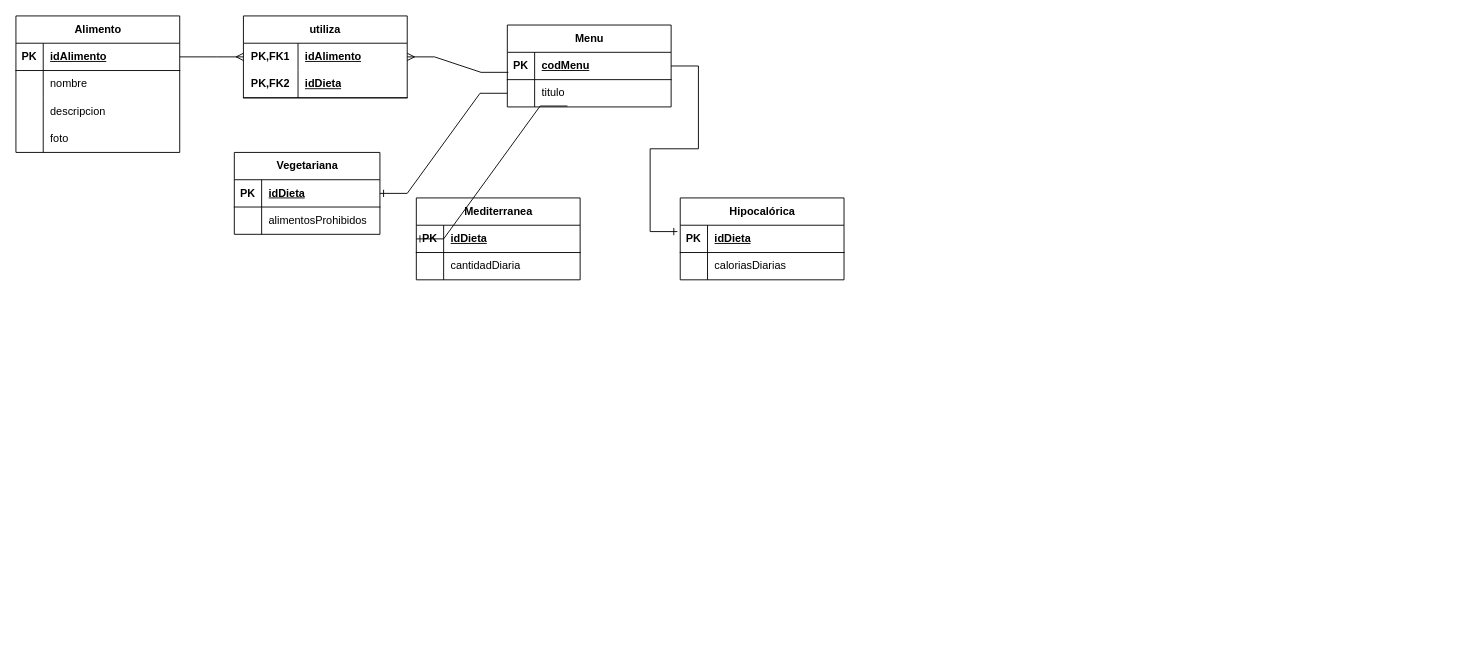
Before: ED y BD/BD/Apuntes/UD7/ACT/Actividad4Boletin.drawio in alvarocastilla05/1-DAM, a draw.io diagram. Source tidied: cells renumbered, new cells numbered last; positions are measured from the earlier drawing's top-left corner, leaving out a move shared by most shapes. Both pictures are drawn from the tidied source at 91%, with x=0, y=0 at pixel (15, 15).
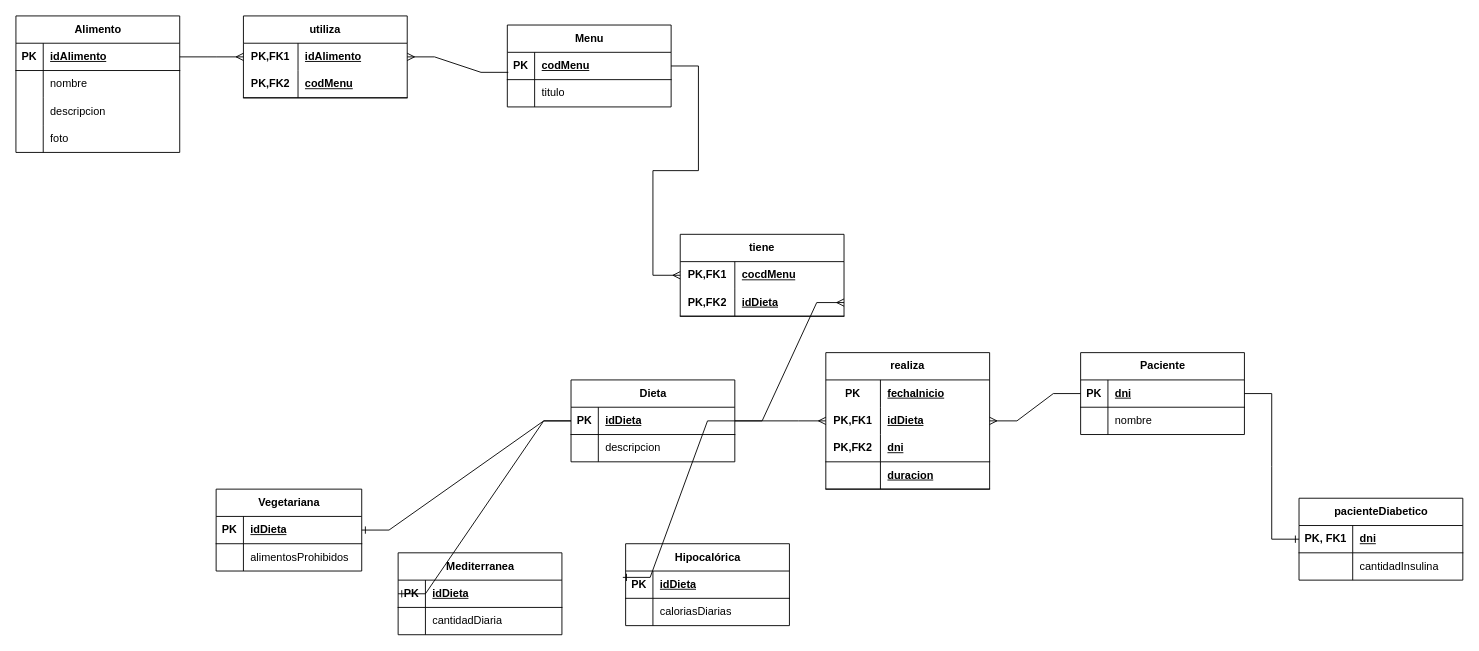
Above is the later version.

Unchanged cells that the change refers to:
```xml
<mxCell id="19" style="shape=tableRow;horizontal=0;startSize=0;swimlaneHead=0;swimlaneBody=0;fillColor=none;top=0;left=0;right=0;bottom=1;html=1;" parent="15" vertex="1">
  <mxGeometry y="60" width="180" height="30" as="geometry" />
</mxCell>
<mxCell id="23" value="Menu" style="shape=table;startSize=30;childLayout=tableLayout;rowLines=0;fontStyle=1;align=center;html=1;" parent="1" vertex="1">
  <mxGeometry x="540" y="10" width="180" height="90" as="geometry" />
</mxCell>
<mxCell id="24" style="shape=tableRow;horizontal=0;startSize=0;swimlaneHead=0;swimlaneBody=0;fillColor=none;points=[[0,0.5],[1,0.5]];portConstraint=eastwest;top=0;left=0;right=0;bottom=1;" parent="23" vertex="1">
  <mxGeometry y="30" width="180" height="30" as="geometry" />
</mxCell>
<mxCell id="27" style="shape=tableRow;horizontal=0;startSize=0;swimlaneHead=0;swimlaneBody=0;fillColor=none;points=[[0,0.5],[1,0.5]];portConstraint=eastwest;top=0;left=0;right=0;bottom=0;" parent="23" vertex="1">
  <mxGeometry y="60" width="180" height="30" as="geometry" />
</mxCell>
<mxCell id="32" style="shape=tableRow;horizontal=0;startSize=0;swimlaneHead=0;swimlaneBody=0;fillColor=none;points=[[0,0.5],[1,0.5]];portConstraint=eastwest;top=0;left=0;right=0;bottom=1;" parent="31" vertex="1">
  <mxGeometry y="30" width="160" height="30" as="geometry" />
</mxCell>
<mxCell id="40" style="shape=tableRow;horizontal=0;startSize=0;swimlaneHead=0;swimlaneBody=0;fillColor=none;points=[[0,0.5],[1,0.5]];portConstraint=eastwest;top=0;left=0;right=0;bottom=1;" parent="39" vertex="1">
  <mxGeometry y="30" width="180" height="30" as="geometry" />
</mxCell>
<mxCell id="48" style="shape=tableRow;horizontal=0;startSize=0;swimlaneHead=0;swimlaneBody=0;fillColor=none;points=[[0,0.5],[1,0.5]];portConstraint=eastwest;top=0;left=0;right=0;bottom=1;" parent="47" vertex="1">
  <mxGeometry y="30" width="180" height="30" as="geometry" />
</mxCell>
```

The edit, as a diff of the source:
```diff
@@
-    <mxCell id="21" value="idDieta" style="shape=partialRectangle;fillColor=none;top=0;left=0;bottom=0;right=0;align=left;spacingLeft=6;fontStyle=5;overflow=hidden;html=1;whiteSpace=wrap;" parent="19" vertex="1">
+    <mxCell id="21" value="codMenu" style="shape=partialRectangle;fillColor=none;top=0;left=0;bottom=0;right=0;align=left;spacingLeft=6;fontStyle=5;overflow=hidden;html=1;whiteSpace=wrap;" parent="19" vertex="1">
       <mxGeometry x="60" width="120" height="30" as="geometry" />
     </mxCell>
@@
     <mxCell id="31" value="Vegetariana" style="shape=table;startSize=30;childLayout=tableLayout;rowLines=0;fontStyle=1;align=center;html=1;" parent="1" vertex="1">
-      <mxGeometry x="240" y="150" width="160" height="90" as="geometry" />
+      <mxGeometry x="220" y="520" width="160" height="90" as="geometry" />
     </mxCell>
@@
-    <mxCell id="38" style="edgeStyle=entityRelationEdgeStyle;fontSize=12;html=1;endArrow=ERone;endFill=1;rounded=0;exitX=0;exitY=0.5;exitDx=0;exitDy=0;" parent="1" edge="1" source="27" target="32">
+    <mxCell id="38" style="edgeStyle=entityRelationEdgeStyle;fontSize=12;html=1;endArrow=ERone;endFill=1;rounded=0;exitX=0;exitY=0.5;exitDx=0;exitDy=0;" parent="1" edge="1" source="56" target="32">
       <mxGeometry relative="1" as="geometry" />
     </mxCell>
     <mxCell id="39" value="Mediterranea" style="shape=table;startSize=30;childLayout=tableLayout;rowLines=0;fontStyle=1;align=center;html=1;" parent="1" vertex="1">
-      <mxGeometry x="440" y="200" width="180" height="90" as="geometry" />
+      <mxGeometry x="420" y="590" width="180" height="90" as="geometry" />
     </mxCell>
@@
-    <mxCell id="46" style="edgeStyle=entityRelationEdgeStyle;fontSize=12;html=1;endArrow=ERone;endFill=1;rounded=0;exitX=0.367;exitY=0.967;exitDx=0;exitDy=0;exitPerimeter=0;entryX=0;entryY=0.5;entryDx=0;entryDy=0;" parent="1" edge="1" source="27" target="40">
+    <mxCell id="46" style="edgeStyle=entityRelationEdgeStyle;fontSize=12;html=1;endArrow=ERone;endFill=1;rounded=0;entryX=0;entryY=0.5;entryDx=0;entryDy=0;" parent="1" edge="1" source="55" target="40">
       <mxGeometry relative="1" as="geometry" />
     </mxCell>
     <mxCell id="47" value="Hipocalórica" style="shape=table;startSize=30;childLayout=tableLayout;rowLines=0;fontStyle=1;align=center;html=1;" parent="1" vertex="1">
-      <mxGeometry x="730" y="200" width="180" height="90" as="geometry" />
+      <mxGeometry x="670" y="580" width="180" height="90" as="geometry" />
     </mxCell>
@@
-    <mxCell id="54" style="edgeStyle=entityRelationEdgeStyle;fontSize=12;html=1;endArrow=ERone;endFill=1;rounded=0;exitX=1;exitY=0.5;exitDx=0;exitDy=0;entryX=-0.017;entryY=0.233;entryDx=0;entryDy=0;entryPerimeter=0;" parent="1" edge="1" source="24" target="48">
+    <mxCell id="54" style="edgeStyle=entityRelationEdgeStyle;fontSize=12;html=1;endArrow=ERone;endFill=1;rounded=0;exitX=1;exitY=0.5;exitDx=0;exitDy=0;entryX=-0.017;entryY=0.233;entryDx=0;entryDy=0;entryPerimeter=0;" parent="1" edge="1" source="56" target="48">
       <mxGeometry relative="1" as="geometry" />
     </mxCell>
+    <mxCell id="55" value="Dieta" style="shape=table;startSize=30;childLayout=tableLayout;rowLines=0;fontStyle=1;align=center;html=1;" parent="1" vertex="1">
+      <mxGeometry x="610" y="400" width="180" height="90" as="geometry" />
+    </mxCell>
+    <mxCell id="56" style="shape=tableRow;horizontal=0;startSize=0;swimlaneHead=0;swimlaneBody=0;fillColor=none;points=[[0,0.5],[1,0.5]];portConstraint=eastwest;top=0;left=0;right=0;bottom=1;" parent="55" vertex="1">
+      <mxGeometry y="30" width="180" height="30" as="geometry" />
+    </mxCell>
+    <mxCell id="57" value="PK" style="shape=partialRectangle;fillColor=none;top=0;left=0;bottom=0;right=0;fontStyle=1;overflow=hidden;whiteSpace=wrap;html=1;" parent="56" vertex="1">
+      <mxGeometry width="30" height="30" as="geometry" />
+    </mxCell>
+    <mxCell id="58" value="idDieta" style="shape=partialRectangle;fillColor=none;top=0;left=0;bottom=0;right=0;align=left;spacingLeft=6;fontStyle=5;overflow=hidden;whiteSpace=wrap;html=1;" parent="56" vertex="1">
+      <mxGeometry x="30" width="150" height="30" as="geometry" />
+    </mxCell>
+    <mxCell id="59" style="shape=tableRow;horizontal=0;startSize=0;swimlaneHead=0;swimlaneBody=0;fillColor=none;top=0;left=0;right=0;bottom=0;" parent="55" vertex="1">
+      <mxGeometry y="60" width="180" height="30" as="geometry" />
+    </mxCell>
+    <mxCell id="60" style="shape=partialRectangle;fillColor=none;top=0;left=0;bottom=0;right=0;overflow=hidden;whiteSpace=wrap;html=1;" parent="59" vertex="1">
+      <mxGeometry width="30" height="30" as="geometry" />
+    </mxCell>
+    <mxCell id="61" value="descripcion" style="shape=partialRectangle;fillColor=none;top=0;left=0;bottom=0;right=0;align=left;spacingLeft=6;overflow=hidden;whiteSpace=wrap;html=1;" parent="59" vertex="1">
+      <mxGeometry x="30" width="150" height="30" as="geometry" />
+    </mxCell>
+    <mxCell id="62" value="tiene" style="shape=table;startSize=30;childLayout=tableLayout;rowLines=0;fontStyle=1;align=center;html=1;whiteSpace=wrap;" parent="1" vertex="1">
+      <mxGeometry x="730" y="240" width="180" height="90" as="geometry" />
+    </mxCell>
+    <mxCell id="63" style="shape=tableRow;horizontal=0;startSize=0;swimlaneHead=0;swimlaneBody=0;fillColor=none;points=[[0,0.5],[1,0.5]];portConstraint=eastwest;top=0;left=0;right=0;bottom=0;html=1;" parent="62" vertex="1">
+      <mxGeometry y="30" width="180" height="30" as="geometry" />
+    </mxCell>
+    <mxCell id="64" value="PK,FK1" style="shape=partialRectangle;fillColor=none;top=0;left=0;bottom=0;right=0;fontStyle=1;overflow=hidden;html=1;whiteSpace=wrap;" parent="63" vertex="1">
+      <mxGeometry width="60" height="30" as="geometry" />
+    </mxCell>
+    <mxCell id="65" value="cocdMenu" style="shape=partialRectangle;fillColor=none;top=0;left=0;bottom=0;right=0;align=left;spacingLeft=6;fontStyle=5;overflow=hidden;html=1;whiteSpace=wrap;" parent="63" vertex="1">
+      <mxGeometry x="60" width="120" height="30" as="geometry" />
+    </mxCell>
+    <mxCell id="66" style="shape=tableRow;horizontal=0;startSize=0;swimlaneHead=0;swimlaneBody=0;fillColor=none;points=[[0,0.5],[1,0.5]];portConstraint=eastwest;top=0;left=0;right=0;bottom=1;html=1;" parent="62" vertex="1">
+      <mxGeometry y="60" width="180" height="30" as="geometry" />
+    </mxCell>
+    <mxCell id="67" value="PK,FK2" style="shape=partialRectangle;fillColor=none;top=0;left=0;bottom=0;right=0;fontStyle=1;overflow=hidden;html=1;whiteSpace=wrap;" parent="66" vertex="1">
+      <mxGeometry width="60" height="30" as="geometry" />
+    </mxCell>
+    <mxCell id="68" value="idDieta" style="shape=partialRectangle;fillColor=none;top=0;left=0;bottom=0;right=0;align=left;spacingLeft=6;fontStyle=5;overflow=hidden;html=1;whiteSpace=wrap;" parent="66" vertex="1">
+      <mxGeometry x="60" width="120" height="30" as="geometry" />
+    </mxCell>
+    <mxCell id="69" style="edgeStyle=entityRelationEdgeStyle;fontSize=12;html=1;endArrow=ERmany;rounded=0;entryX=1;entryY=0.5;entryDx=0;entryDy=0;" parent="1" edge="1" source="55" target="66">
+      <mxGeometry relative="1" as="geometry" />
+    </mxCell>
+    <mxCell id="70" style="edgeStyle=entityRelationEdgeStyle;fontSize=12;html=1;endArrow=ERmany;rounded=0;entryX=0;entryY=0.5;entryDx=0;entryDy=0;" parent="1" edge="1" source="23" target="63">
+      <mxGeometry relative="1" as="geometry" />
+    </mxCell>
+    <mxCell id="71" value="realiza" style="shape=table;startSize=30;childLayout=tableLayout;rowLines=0;fontStyle=1;align=center;html=1;whiteSpace=wrap;" parent="1" vertex="1">
+      <mxGeometry x="890" y="370" width="180" height="150" as="geometry" />
+    </mxCell>
+    <mxCell id="72" style="shape=tableRow;horizontal=0;startSize=0;swimlaneHead=0;swimlaneBody=0;fillColor=none;top=0;left=0;right=0;bottom=0;html=1;" parent="71" vertex="1">
+      <mxGeometry y="30" width="180" height="30" as="geometry" />
+    </mxCell>
+    <mxCell id="73" value="PK" style="shape=partialRectangle;fillColor=none;top=0;left=0;bottom=0;right=0;fontStyle=1;overflow=hidden;html=1;whiteSpace=wrap;" parent="72" vertex="1">
+      <mxGeometry width="60" height="30" as="geometry" />
+    </mxCell>
+    <mxCell id="74" value="fechaInicio" style="shape=partialRectangle;fillColor=none;top=0;left=0;bottom=0;right=0;align=left;spacingLeft=6;fontStyle=5;overflow=hidden;html=1;whiteSpace=wrap;" parent="72" vertex="1">
+      <mxGeometry x="60" width="120" height="30" as="geometry" />
+    </mxCell>
+    <mxCell id="75" style="shape=tableRow;horizontal=0;startSize=0;swimlaneHead=0;swimlaneBody=0;fillColor=none;top=0;left=0;right=0;bottom=0;html=1;" parent="71" vertex="1">
+      <mxGeometry y="60" width="180" height="30" as="geometry" />
+    </mxCell>
+    <mxCell id="76" value="PK,FK1" style="shape=partialRectangle;fillColor=none;top=0;left=0;bottom=0;right=0;fontStyle=1;overflow=hidden;html=1;whiteSpace=wrap;" parent="75" vertex="1">
+      <mxGeometry width="60" height="30" as="geometry" />
+    </mxCell>
+    <mxCell id="77" value="idDieta" style="shape=partialRectangle;fillColor=none;top=0;left=0;bottom=0;right=0;align=left;spacingLeft=6;fontStyle=5;overflow=hidden;html=1;whiteSpace=wrap;" parent="75" vertex="1">
+      <mxGeometry x="60" width="120" height="30" as="geometry" />
+    </mxCell>
+    <mxCell id="78" style="shape=tableRow;horizontal=0;startSize=0;swimlaneHead=0;swimlaneBody=0;fillColor=none;top=0;left=0;right=0;bottom=1;html=1;" parent="71" vertex="1">
+      <mxGeometry y="90" width="180" height="30" as="geometry" />
+    </mxCell>
+    <mxCell id="79" value="PK,FK2" style="shape=partialRectangle;fillColor=none;top=0;left=0;bottom=0;right=0;fontStyle=1;overflow=hidden;html=1;whiteSpace=wrap;" parent="78" vertex="1">
+      <mxGeometry width="60" height="30" as="geometry" />
+    </mxCell>
+    <mxCell id="80" value="dni" style="shape=partialRectangle;fillColor=none;top=0;left=0;bottom=0;right=0;align=left;spacingLeft=6;fontStyle=5;overflow=hidden;html=1;whiteSpace=wrap;" parent="78" vertex="1">
+      <mxGeometry x="60" width="120" height="30" as="geometry" />
+    </mxCell>
+    <mxCell id="81" style="shape=tableRow;horizontal=0;startSize=0;swimlaneHead=0;swimlaneBody=0;fillColor=none;top=0;left=0;right=0;bottom=1;html=1;" parent="71" vertex="1">
+      <mxGeometry y="120" width="180" height="30" as="geometry" />
+    </mxCell>
+    <mxCell id="82" style="shape=partialRectangle;fillColor=none;top=0;left=0;bottom=0;right=0;fontStyle=1;overflow=hidden;html=1;whiteSpace=wrap;" parent="81" vertex="1">
+      <mxGeometry width="60" height="30" as="geometry" />
+    </mxCell>
+    <mxCell id="83" value="duracion" style="shape=partialRectangle;fillColor=none;top=0;left=0;bottom=0;right=0;align=left;spacingLeft=6;fontStyle=5;overflow=hidden;html=1;whiteSpace=wrap;" parent="81" vertex="1">
+      <mxGeometry x="60" width="120" height="30" as="geometry" />
+    </mxCell>
+    <mxCell id="84" style="edgeStyle=entityRelationEdgeStyle;fontSize=12;html=1;endArrow=ERmany;rounded=0;exitX=1;exitY=0.5;exitDx=0;exitDy=0;" parent="1" edge="1" source="56" target="71">
+      <mxGeometry relative="1" as="geometry" />
+    </mxCell>
+    <mxCell id="85" value="Paciente" style="shape=table;startSize=30;childLayout=tableLayout;rowLines=0;fontStyle=1;align=center;html=1;" parent="1" vertex="1">
+      <mxGeometry x="1170" y="370" width="180" height="90" as="geometry" />
+    </mxCell>
+    <mxCell id="86" style="shape=tableRow;horizontal=0;startSize=0;swimlaneHead=0;swimlaneBody=0;fillColor=none;points=[[0,0.5],[1,0.5]];portConstraint=eastwest;top=0;left=0;right=0;bottom=1;" parent="85" vertex="1">
+      <mxGeometry y="30" width="180" height="30" as="geometry" />
+    </mxCell>
+    <mxCell id="87" value="PK" style="shape=partialRectangle;fillColor=none;top=0;left=0;bottom=0;right=0;fontStyle=1;overflow=hidden;whiteSpace=wrap;html=1;" parent="86" vertex="1">
+      <mxGeometry width="30" height="30" as="geometry" />
+    </mxCell>
+    <mxCell id="88" value="dni" style="shape=partialRectangle;fillColor=none;top=0;left=0;bottom=0;right=0;align=left;spacingLeft=6;fontStyle=5;overflow=hidden;whiteSpace=wrap;html=1;" parent="86" vertex="1">
+      <mxGeometry x="30" width="150" height="30" as="geometry" />
+    </mxCell>
+    <mxCell id="89" style="shape=tableRow;horizontal=0;startSize=0;swimlaneHead=0;swimlaneBody=0;fillColor=none;top=0;left=0;right=0;bottom=0;" parent="85" vertex="1">
+      <mxGeometry y="60" width="180" height="30" as="geometry" />
+    </mxCell>
+    <mxCell id="90" style="shape=partialRectangle;fillColor=none;top=0;left=0;bottom=0;right=0;overflow=hidden;whiteSpace=wrap;html=1;" parent="89" vertex="1">
+      <mxGeometry width="30" height="30" as="geometry" />
+    </mxCell>
+    <mxCell id="91" value="nombre" style="shape=partialRectangle;fillColor=none;top=0;left=0;bottom=0;right=0;align=left;spacingLeft=6;overflow=hidden;whiteSpace=wrap;html=1;" parent="89" vertex="1">
+      <mxGeometry x="30" width="150" height="30" as="geometry" />
+    </mxCell>
+    <mxCell id="92" style="edgeStyle=entityRelationEdgeStyle;fontSize=12;html=1;endArrow=ERmany;rounded=0;exitX=0;exitY=0.5;exitDx=0;exitDy=0;" parent="1" edge="1" source="86" target="71">
+      <mxGeometry relative="1" as="geometry" />
+    </mxCell>
+    <mxCell id="93" value="pacienteDiabetico" style="shape=table;startSize=30;childLayout=tableLayout;rowLines=0;fontStyle=1;align=center;html=1;" parent="1" vertex="1">
+      <mxGeometry x="1410" y="530" width="180" height="90" as="geometry" />
+    </mxCell>
+    <mxCell id="94" style="shape=tableRow;horizontal=0;startSize=0;swimlaneHead=0;swimlaneBody=0;fillColor=none;points=[[0,0.5],[1,0.5]];portConstraint=eastwest;top=0;left=0;right=0;bottom=1;" parent="93" vertex="1">
+      <mxGeometry y="30" width="180" height="30" as="geometry" />
+    </mxCell>
+    <mxCell id="95" value="PK, FK1" style="shape=partialRectangle;fillColor=none;top=0;left=0;bottom=0;right=0;fontStyle=1;overflow=hidden;whiteSpace=wrap;html=1;" parent="94" vertex="1">
+      <mxGeometry width="59" height="30" as="geometry" />
+    </mxCell>
+    <mxCell id="96" value="dni" style="shape=partialRectangle;fillColor=none;top=0;left=0;bottom=0;right=0;align=left;spacingLeft=6;fontStyle=5;overflow=hidden;whiteSpace=wrap;html=1;" parent="94" vertex="1">
+      <mxGeometry x="59" width="121" height="30" as="geometry" />
+    </mxCell>
+    <mxCell id="97" style="shape=tableRow;horizontal=0;startSize=0;swimlaneHead=0;swimlaneBody=0;fillColor=none;top=0;left=0;right=0;bottom=0;" parent="93" vertex="1">
+      <mxGeometry y="60" width="180" height="30" as="geometry" />
+    </mxCell>
+    <mxCell id="98" style="shape=partialRectangle;fillColor=none;top=0;left=0;bottom=0;right=0;overflow=hidden;whiteSpace=wrap;html=1;" parent="97" vertex="1">
+      <mxGeometry width="59" height="30" as="geometry" />
+    </mxCell>
+    <mxCell id="99" value="cantidadInsulina" style="shape=partialRectangle;fillColor=none;top=0;left=0;bottom=0;right=0;align=left;spacingLeft=6;overflow=hidden;whiteSpace=wrap;html=1;" parent="97" vertex="1">
+      <mxGeometry x="59" width="121" height="30" as="geometry" />
+    </mxCell>
+    <mxCell id="100" style="edgeStyle=entityRelationEdgeStyle;fontSize=12;html=1;endArrow=ERone;endFill=1;rounded=0;entryX=0;entryY=0.5;entryDx=0;entryDy=0;exitX=1;exitY=0.5;exitDx=0;exitDy=0;" parent="1" edge="1" source="86" target="94">
+      <mxGeometry relative="1" as="geometry" />
+    </mxCell>
```
